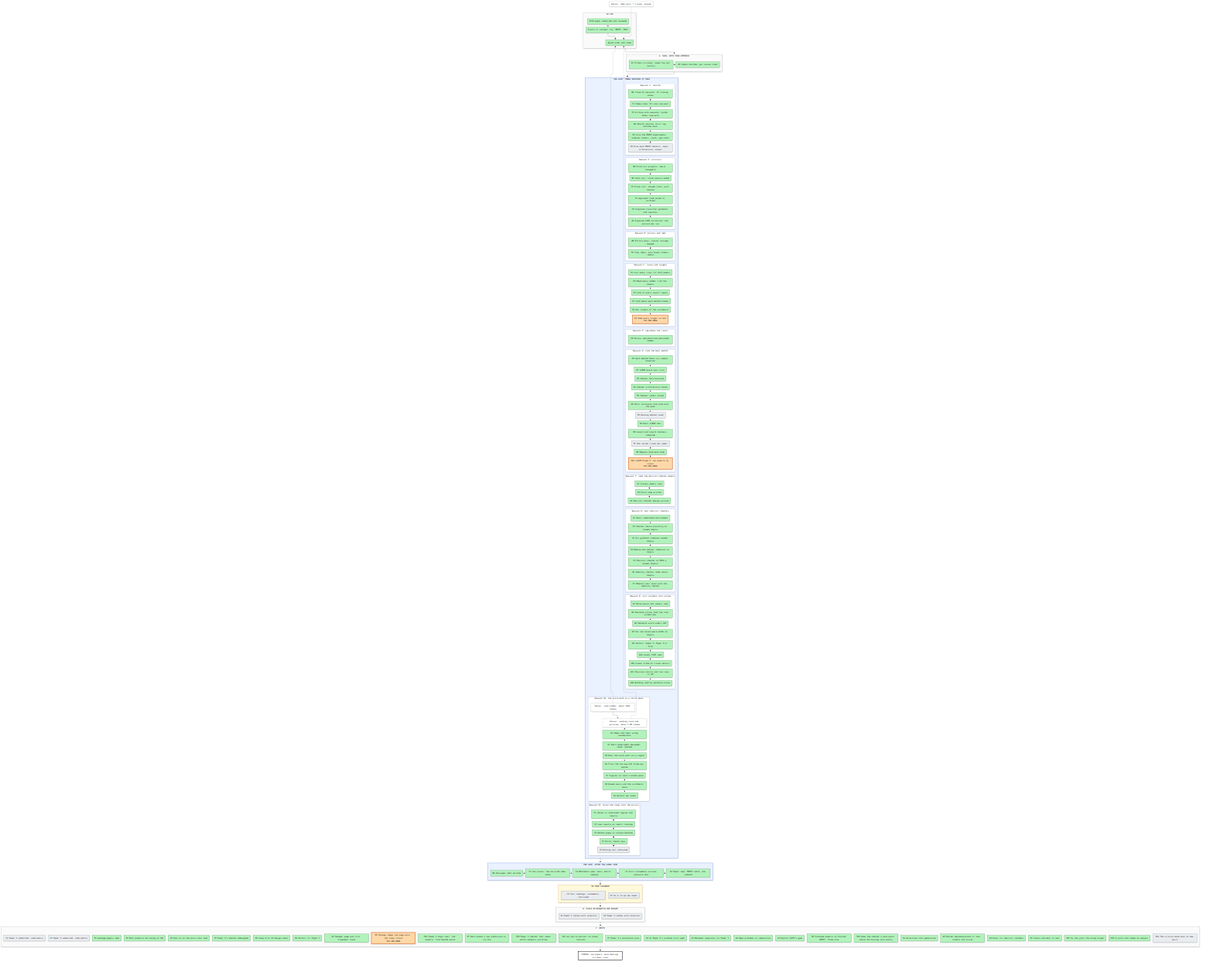
This is artifacts/notes/progress/map.png from mo-rsa24/concept-composition, a Mermaid export, as it was before one commit. Its source is kept beside it as artifacts/notes/progress/map.mmd.
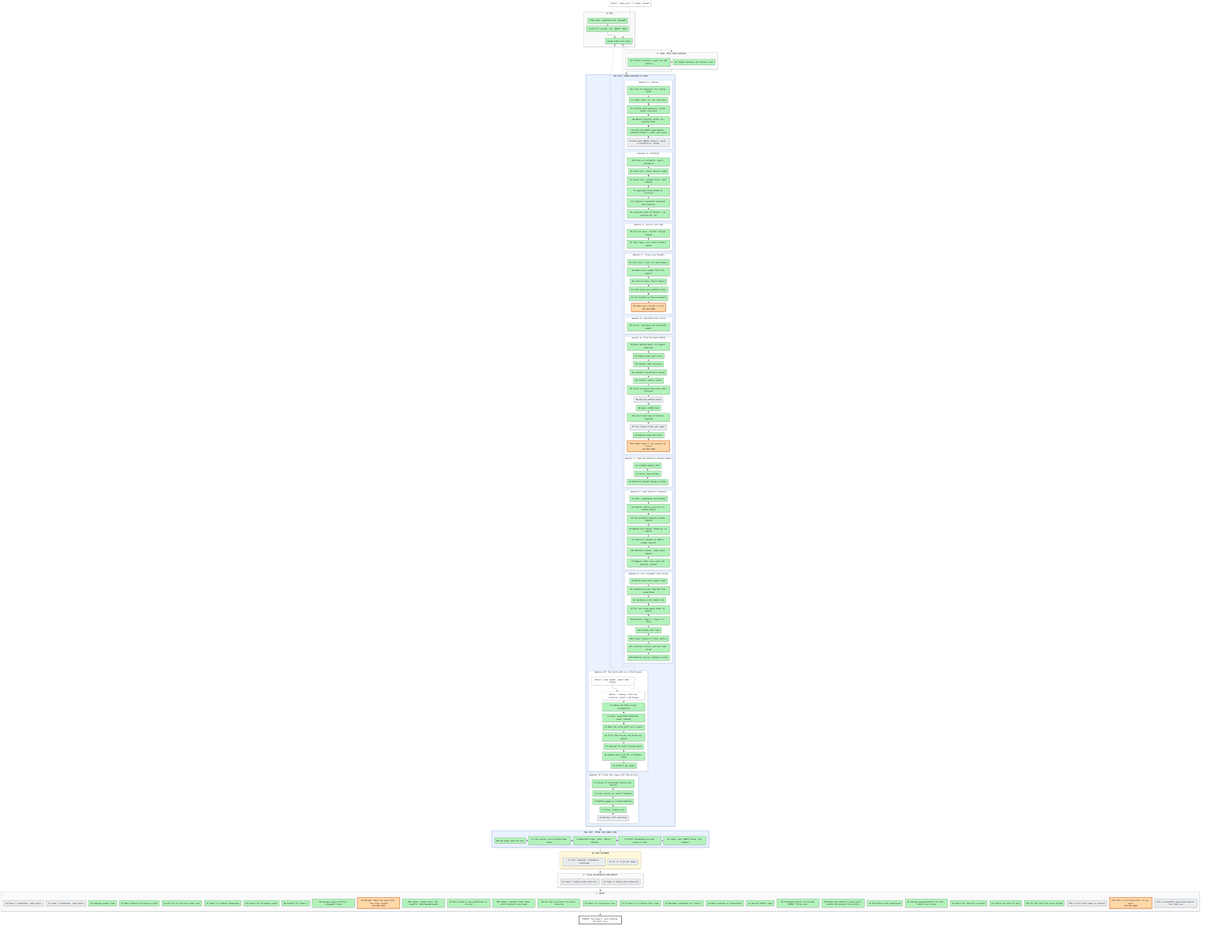
The same file after the commit.

Commit message:
Owner: M14 read as intended and M15 reopened; Z11 gradient-trained classifier approved; checker route stays closed; DCFM match held

What changed in the source:
```diff
@@ -74,7 +74,7 @@
   end
   subgraph SF["F. WRITE"]
     direction LR
-    F1["F1 Paper 1 submitted, code public"]:::todo ~~~ F2["F2 Paper 2 submitted, code public"]:::todo ~~~ Z1["Z1 Leakage papers read"]:::done ~~~ Z2["Z2 What predicts borrowing on CO3"]:::done ~~~ Z3["Z3 One fix on the pairs that leak"]:::done ~~~ Z4["Z4 Paper 2's method redesigned"]:::done ~~~ Z5["Z5 Loops 8 to 10 design audit"]:::done ~~~ Z6["Z6 Verdict for Paper 2"]:::done ~~~ N1["N1 Manager page and first alignment round"]:::done ~~~ N2["N2 Manager keeps the page until the loops finish<br/>YOU ARE HERE"]:::doing ~~~ M11["M11 Paper 1 digit test: the experts' vote beside paste"]:::done ~~~ Z7["Z7 Each animal's own prediction in its box"]:::done ~~~ M12["M12 Paper 2 checker that reads which subjects are drawn"]:::done ~~~ Z8["Z8 Can the correction fix known failures"]:::done ~~~ K7["K7 Paper 1's evaluation plan"]:::done ~~~ G1["G1 Is Paper 2's problem still open"]:::done ~~~ G2["G2 Reviewer questions for Paper 1"]:::done ~~~ G3["G3 Open problems in composition"]:::done ~~~ G4["G4 Exploit DCFM's gaps"]:::done ~~~ Z9["Z9 Finished experts on Colored MNIST, three arms"]:::done ~~~ M13["M13 Does the checker's push point where the missing term points"]:::done ~~~ H1["H1 Directions that generalise"]:::done ~~~ H2["H2 Shared representations of text, latents and scores"]:::done ~~~ H3["H3 Dials for abstract concepts"]:::done ~~~ H4["H4 Limits and what to test"]:::done ~~~ M14["M14 Is the joint the wrong target"]:::done ~~~ M15["M15 A score that names no subject"]:::done ~~~ Z10["Z10 The co-occurrence dial on new pairs"]:::todo
+    F1["F1 Paper 1 submitted, code public"]:::todo ~~~ F2["F2 Paper 2 submitted, code public"]:::todo ~~~ Z1["Z1 Leakage papers read"]:::done ~~~ Z2["Z2 What predicts borrowing on CO3"]:::done ~~~ Z3["Z3 One fix on the pairs that leak"]:::done ~~~ Z4["Z4 Paper 2's method redesigned"]:::done ~~~ Z5["Z5 Loops 8 to 10 design audit"]:::done ~~~ Z6["Z6 Verdict for Paper 2"]:::done ~~~ N1["N1 Manager page and first alignment round"]:::done ~~~ N2["N2 Manager keeps the page until the loops finish<br/>YOU ARE HERE"]:::doing ~~~ M11["M11 Paper 1 digit test: the experts' vote beside paste"]:::done ~~~ Z7["Z7 Each animal's own prediction in its box"]:::done ~~~ M12["M12 Paper 2 checker that reads which subjects are drawn"]:::done ~~~ Z8["Z8 Can the correction fix known failures"]:::done ~~~ K7["K7 Paper 1's evaluation plan"]:::done ~~~ G1["G1 Is Paper 2's problem still open"]:::done ~~~ G2["G2 Reviewer questions for Paper 1"]:::done ~~~ G3["G3 Open problems in composition"]:::done ~~~ G4["G4 Exploit DCFM's gaps"]:::done ~~~ Z9["Z9 Finished experts on Colored MNIST, three arms"]:::done ~~~ M13["M13 Does the checker's push point where the missing term points"]:::done ~~~ H1["H1 Directions that generalise"]:::done ~~~ H2["H2 Shared representations of text, latents and scores"]:::done ~~~ H3["H3 Dials for abstract concepts"]:::done ~~~ H4["H4 Limits and what to test"]:::done ~~~ M14["M14 Is the joint the wrong target"]:::done ~~~ M15["M15 A score that names no subject"]:::todo ~~~ Z10["Z10 The co-occurrence dial on new pairs<br/>YOU ARE HERE"]:::doing ~~~ Z11["Z11 A classifier whose push points the right way"]:::todo
   end
   GOAL["FINISH: two papers, each beating its best rival"]:::goal
   X0["Detour: idea walk, 7 claims, paused"]:::detour -.-> P2
```
